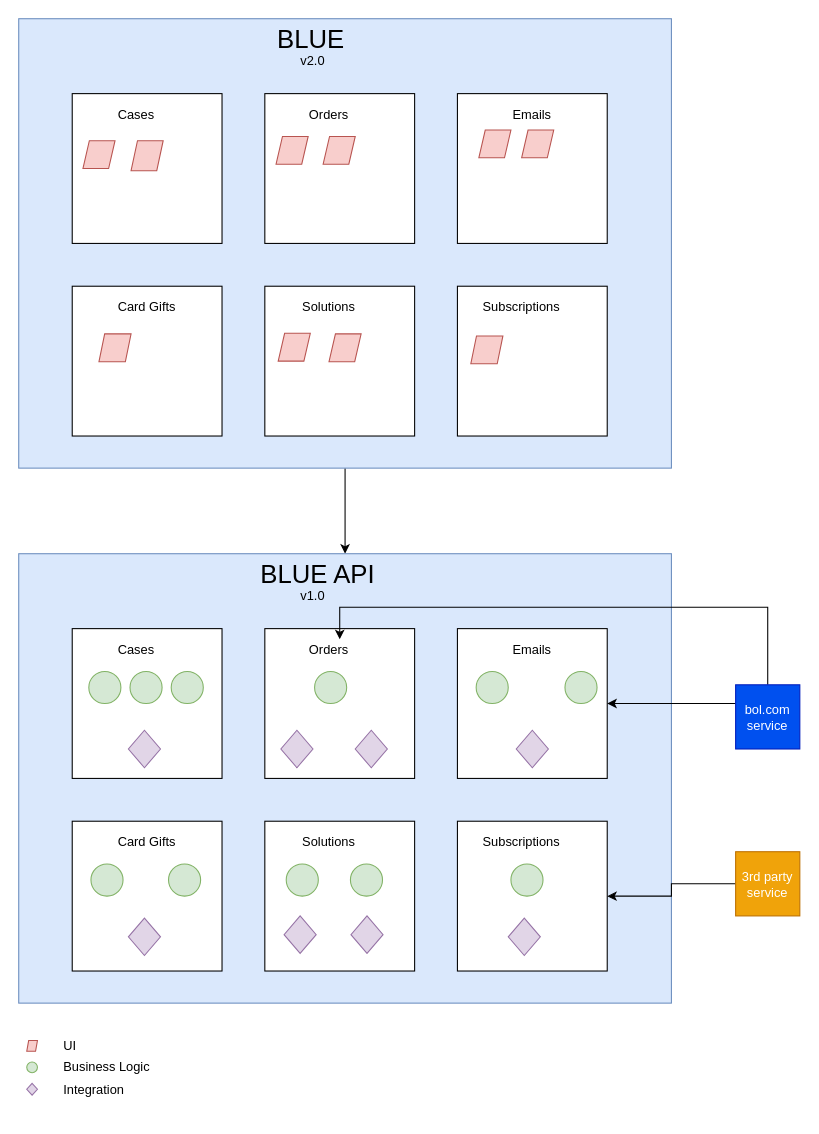
Earlier version of the draw.io diagram blue_architecture_split_ui_bizz.drawio (bobjana/documentation). Source tidied: cells renumbered, new cells numbered last; positions are measured from the earlier drawing's top-left corner, leaving out a move shared by most shapes. Both pictures are drawn from the tidied source at 107%, with x=0, y=0 at pixel (18, 18).
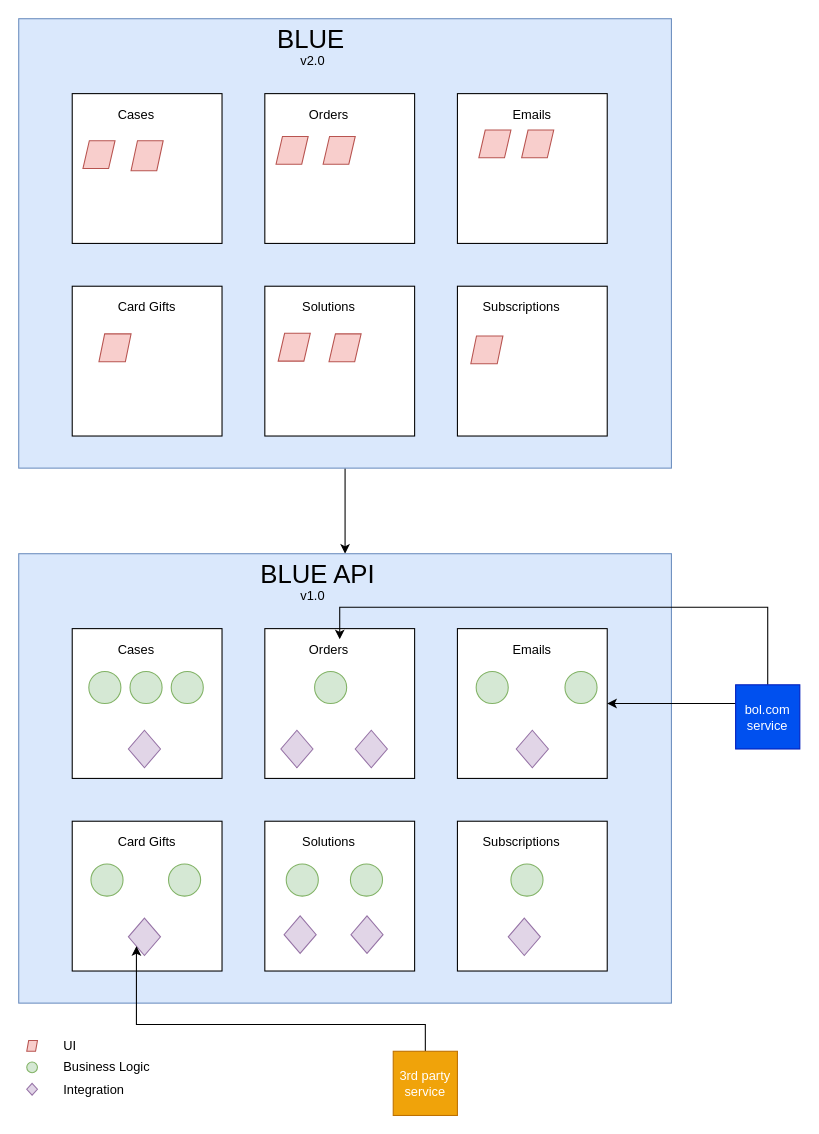
Above is the later version.

Unchanged cells that the change refers to:
```xml
<mxCell id="41" style="whiteSpace=wrap;html=1;" parent="1" vertex="1">
  <mxGeometry x="410" y="750" width="140" height="140" as="geometry" />
</mxCell>
<mxCell id="62" style="rhombus;whiteSpace=wrap;html=1;fillColor=#e1d5e7;strokeColor=#9673a6;" parent="1" vertex="1">
  <mxGeometry x="102.5" y="840.5" width="30" height="35" as="geometry" />
</mxCell>
```

Diff of the diagram source:
```diff
@@
-    <mxCell id="71" style="edgeStyle=orthogonalEdgeStyle;rounded=0;jettySize=auto;html=1;" parent="1" edge="1" source="72" target="41">
-      <mxGeometry relative="1" as="geometry" />
-    </mxCell>
+    <mxCell id="73" style="edgeStyle=orthogonalEdgeStyle;rounded=0;jettySize=auto;html=1;entryX=0;entryY=1;entryDx=0;entryDy=0;" parent="1" edge="1" source="72" target="62">
+      <mxGeometry relative="1" as="geometry">
+        <Array as="points">
+          <mxPoint x="380" y="940" />
+          <mxPoint x="110" y="940" />
+        </Array>
+      </mxGeometry>
+    </mxCell>
     <mxCell id="72" value="3rd party&lt;br&gt;service" style="whiteSpace=wrap;html=1;fillColor=#f0a30a;strokeColor=#BD7000;fontColor=#ffffff;" parent="1" vertex="1">
-      <mxGeometry x="670" y="778.5" width="60" height="60" as="geometry" />
+      <mxGeometry x="350" y="965" width="60" height="60" as="geometry" />
     </mxCell>
```
